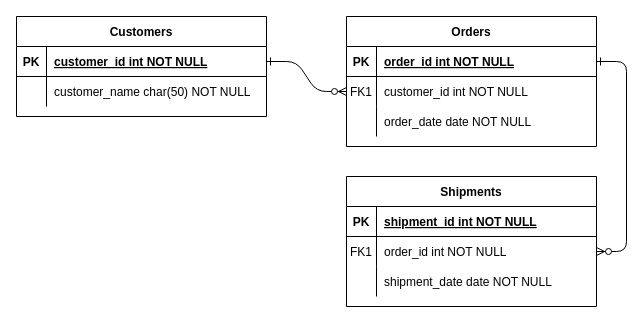
Before: 제목 없는 다이어그램.drawio in kimrudqh1998/iniLine, a draw.io diagram. Source tidied: cells renumbered, new cells numbered last; positions are measured from the earlier drawing's top-left corner, leaving out a move shared by most shapes. Both pictures are drawn from the tidied source at 100%, with x=0, y=0 at pixel (16, 16).
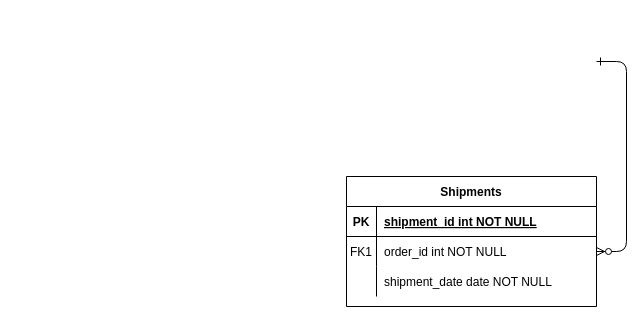
After the change.

Commit message:
제목 없는 다이어그램.drawio 업데이트

Unchanged cells that the change refers to:
```xml
<mxCell id="18" style="shape=partialRectangle;fillColor=none;points=[[0,0.5],[1,0.5]];portConstraint=eastwest;top=0;left=0;right=0;bottom=0;" parent="14" vertex="1">
  <mxGeometry y="60" width="250" height="30" as="geometry" />
</mxCell>
```

The edit, as a diff of the source:
```diff
@@
-    <mxCell id="2" style="edgeStyle=entityRelationEdgeStyle;endArrow=ERzeroToMany;startArrow=ERone;endFill=1;startFill=0;" parent="1" edge="1" source="25" target="8">
-      <mxGeometry relative="1" as="geometry" />
-    </mxCell>
-    <mxCell id="3" style="edgeStyle=entityRelationEdgeStyle;endArrow=ERzeroToMany;startArrow=ERone;endFill=1;startFill=0;" parent="1" edge="1" source="5" target="18">
-      <mxGeometry relative="1" as="geometry" />
+    <mxCell id="3" style="edgeStyle=entityRelationEdgeStyle;endArrow=ERzeroToMany;startArrow=ERone;endFill=1;startFill=0;" parent="1" edge="1" target="18">
+      <mxGeometry relative="1" as="geometry">
+        <mxPoint x="580" y="45" as="sourcePoint" />
+      </mxGeometry>
     </mxCell>
-    <mxCell id="4" value="Orders" style="shape=table;startSize=30;childLayout=tableLayout;rowLines=0;fontStyle=1;align=center;" parent="1" vertex="1">
-      <mxGeometry x="330" width="250" height="130" as="geometry" />
-    </mxCell>
-    <mxCell id="5" style="shape=partialRectangle;fillColor=none;points=[[0,0.5],[1,0.5]];portConstraint=eastwest;top=0;left=0;right=0;bottom=1;" parent="4" vertex="1">
-      <mxGeometry y="30" width="250" height="30" as="geometry" />
-    </mxCell>
-    <mxCell id="6" value="PK" style="shape=partialRectangle;overflow=hidden;fillColor=none;top=0;left=0;bottom=0;right=0;fontStyle=1;" parent="5" vertex="1">
-      <mxGeometry width="30" height="30" as="geometry" />
-    </mxCell>
-    <mxCell id="7" value="order_id int NOT NULL " style="shape=partialRectangle;overflow=hidden;fillColor=none;top=0;left=0;bottom=0;right=0;align=left;spacingLeft=6;fontStyle=5;" parent="5" vertex="1">
-      <mxGeometry x="30" width="220" height="30" as="geometry" />
-    </mxCell>
-    <mxCell id="8" style="shape=partialRectangle;fillColor=none;points=[[0,0.5],[1,0.5]];portConstraint=eastwest;top=0;left=0;right=0;bottom=0;" parent="4" vertex="1">
-      <mxGeometry y="60" width="250" height="30" as="geometry" />
-    </mxCell>
-    <mxCell id="9" value="FK1" style="shape=partialRectangle;overflow=hidden;fillColor=none;top=0;left=0;bottom=0;right=0;" parent="8" vertex="1">
-      <mxGeometry width="30" height="30" as="geometry" />
-    </mxCell>
-    <mxCell id="10" value="customer_id int NOT NULL" style="shape=partialRectangle;overflow=hidden;fillColor=none;top=0;left=0;bottom=0;right=0;align=left;spacingLeft=6;" parent="8" vertex="1">
-      <mxGeometry x="30" width="220" height="30" as="geometry" />
-    </mxCell>
-    <mxCell id="11" style="shape=partialRectangle;fillColor=none;top=0;left=0;right=0;bottom=0;" parent="4" vertex="1">
-      <mxGeometry y="90" width="250" height="30" as="geometry" />
-    </mxCell>
-    <mxCell id="12" style="shape=partialRectangle;overflow=hidden;fillColor=none;top=0;left=0;bottom=0;right=0;" parent="11" vertex="1">
-      <mxGeometry width="30" height="30" as="geometry" />
-    </mxCell>
-    <mxCell id="13" value="order_date date NOT NULL" style="shape=partialRectangle;overflow=hidden;fillColor=none;top=0;left=0;bottom=0;right=0;align=left;spacingLeft=6;" parent="11" vertex="1">
-      <mxGeometry x="30" width="220" height="30" as="geometry" />
-    </mxCell>
@@
-    <mxCell id="24" value="Customers" style="shape=table;startSize=30;childLayout=tableLayout;rowLines=0;fontStyle=1;align=center;" parent="1" vertex="1">
-      <mxGeometry width="250" height="100" as="geometry" />
-    </mxCell>
-    <mxCell id="25" style="shape=partialRectangle;fillColor=none;points=[[0,0.5],[1,0.5]];portConstraint=eastwest;top=0;left=0;right=0;bottom=1;" parent="24" vertex="1">
-      <mxGeometry y="30" width="250" height="30" as="geometry" />
-    </mxCell>
-    <mxCell id="26" value="PK" style="shape=partialRectangle;overflow=hidden;fillColor=none;top=0;left=0;bottom=0;right=0;fontStyle=1;" parent="25" vertex="1">
-      <mxGeometry width="30" height="30" as="geometry" />
-    </mxCell>
-    <mxCell id="27" value="customer_id int NOT NULL " style="shape=partialRectangle;overflow=hidden;fillColor=none;top=0;left=0;bottom=0;right=0;align=left;spacingLeft=6;fontStyle=5;" parent="25" vertex="1">
-      <mxGeometry x="30" width="220" height="30" as="geometry" />
-    </mxCell>
-    <mxCell id="28" style="shape=partialRectangle;fillColor=none;top=0;left=0;right=0;bottom=0;" parent="24" vertex="1">
-      <mxGeometry y="60" width="250" height="30" as="geometry" />
-    </mxCell>
-    <mxCell id="29" style="shape=partialRectangle;overflow=hidden;fillColor=none;top=0;left=0;bottom=0;right=0;" parent="28" vertex="1">
-      <mxGeometry width="30" height="30" as="geometry" />
-    </mxCell>
-    <mxCell id="30" value="customer_name char(50) NOT NULL" style="shape=partialRectangle;overflow=hidden;fillColor=none;top=0;left=0;bottom=0;right=0;align=left;spacingLeft=6;" parent="28" vertex="1">
-      <mxGeometry x="30" width="220" height="30" as="geometry" />
-    </mxCell>
```
